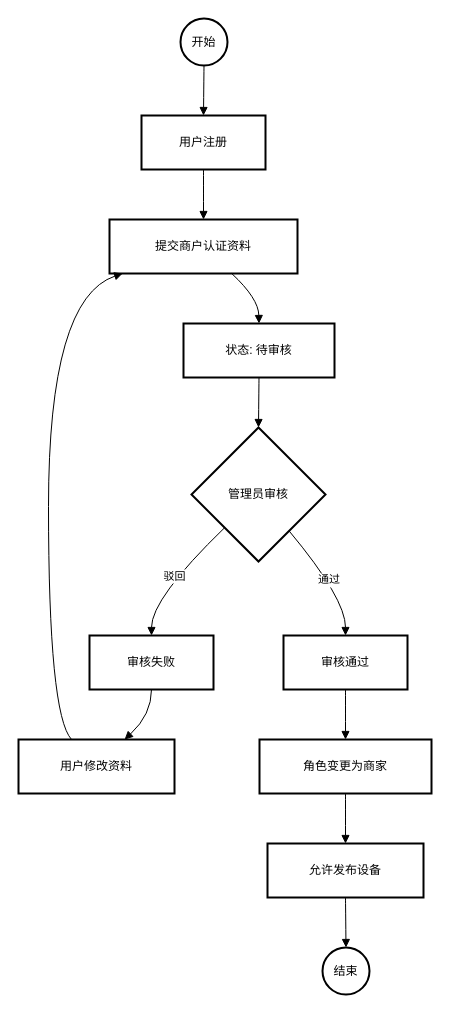
This is page "商家入驻与审核流程" (5 of 21) of image/绘图.drawio from fore4years/KorisPlatForm, a draw.io file, before an edit. Source tidied: cells renumbered, new cells numbered last; positions are measured from the earlier drawing's top-left corner, leaving out a move shared by most shapes. Both pictures are drawn from the tidied source at 100%, with x=0, y=0 at pixel (18, 18).
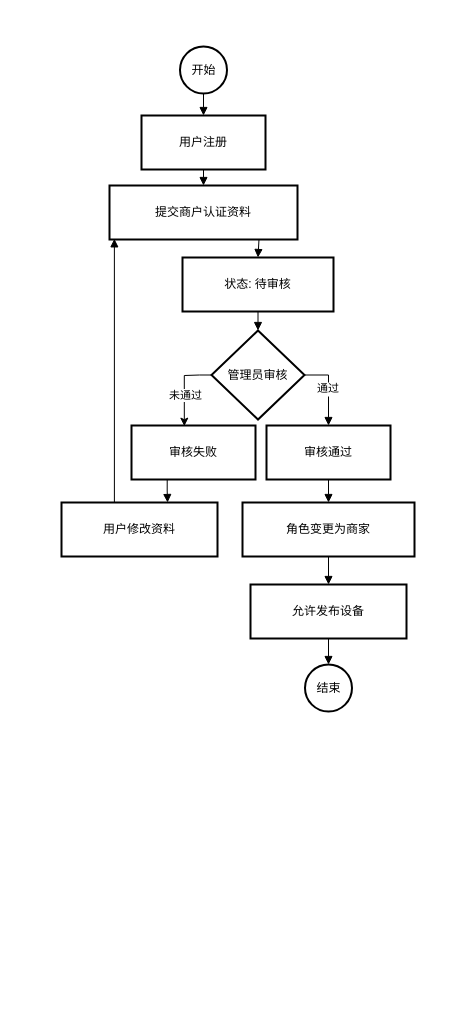
After the change.

Unchanged cells that the change refers to:
```xml
<mxCell id="3" value="用户注册" style="whiteSpace=wrap;strokeWidth=2;" parent="1" vertex="1">
  <mxGeometry x="123" y="97" width="124" height="54" as="geometry" />
</mxCell>
```

What changed in the source:
```diff
@@
     <mxCell id="2" value="开始" style="ellipse;strokeWidth=2;whiteSpace=wrap;" parent="1" vertex="1">
-      <mxGeometry x="162" width="47" height="47" as="geometry" />
+      <mxGeometry x="161.5" y="28" width="47" height="47" as="geometry" />
     </mxCell>
@@
     <mxCell id="4" value="提交商户认证资料" style="whiteSpace=wrap;strokeWidth=2;" parent="1" vertex="1">
-      <mxGeometry x="91" y="201" width="188" height="54" as="geometry" />
+      <mxGeometry x="91" y="167" width="188" height="54" as="geometry" />
     </mxCell>
     <mxCell id="5" value="状态: 待审核" style="whiteSpace=wrap;strokeWidth=2;" parent="1" vertex="1">
-      <mxGeometry x="165" y="305" width="151" height="54" as="geometry" />
+      <mxGeometry x="164" y="239" width="151" height="54" as="geometry" />
     </mxCell>
     <mxCell id="6" value="管理员审核" style="rhombus;strokeWidth=2;whiteSpace=wrap;" parent="1" vertex="1">
-      <mxGeometry x="173" y="409" width="134" height="134" as="geometry" />
+      <mxGeometry x="193" y="312" width="93" height="89" as="geometry" />
     </mxCell>
     <mxCell id="7" value="审核失败" style="whiteSpace=wrap;strokeWidth=2;" parent="1" vertex="1">
-      <mxGeometry x="71" y="617" width="124" height="54" as="geometry" />
+      <mxGeometry x="113" y="407" width="124" height="54" as="geometry" />
     </mxCell>
     <mxCell id="8" value="用户修改资料" style="whiteSpace=wrap;strokeWidth=2;" parent="1" vertex="1">
-      <mxGeometry y="721" width="156" height="54" as="geometry" />
+      <mxGeometry x="43" y="484" width="156" height="54" as="geometry" />
     </mxCell>
     <mxCell id="9" value="审核通过" style="whiteSpace=wrap;strokeWidth=2;" parent="1" vertex="1">
-      <mxGeometry x="265" y="617" width="124" height="54" as="geometry" />
+      <mxGeometry x="248" y="407" width="124" height="54" as="geometry" />
     </mxCell>
     <mxCell id="10" value="角色变更为商家" style="whiteSpace=wrap;strokeWidth=2;" parent="1" vertex="1">
-      <mxGeometry x="241" y="721" width="172" height="54" as="geometry" />
+      <mxGeometry x="224" y="484" width="172" height="54" as="geometry" />
     </mxCell>
     <mxCell id="11" value="允许发布设备" style="whiteSpace=wrap;strokeWidth=2;" parent="1" vertex="1">
-      <mxGeometry x="249" y="825" width="156" height="54" as="geometry" />
+      <mxGeometry x="232" y="566" width="156" height="54" as="geometry" />
     </mxCell>
     <mxCell id="12" value="结束" style="ellipse;strokeWidth=2;whiteSpace=wrap;" parent="1" vertex="1">
-      <mxGeometry x="304" y="929" width="47" height="47" as="geometry" />
+      <mxGeometry x="286.5" y="646" width="47" height="47" as="geometry" />
     </mxCell>
-    <mxCell id="13" style="curved=1;startArrow=none;endArrow=block;exitX=0.49;exitY=1;entryX=0.5;entryY=0;rounded=0;" parent="1" edge="1" source="2" target="3">
+    <mxCell id="13" style="startArrow=none;endArrow=block;exitX=0.49;exitY=1;entryX=0.5;entryY=0;rounded=0;edgeStyle=orthogonalEdgeStyle;" parent="1" edge="1" source="2" target="3">
       <mxGeometry relative="1" as="geometry" />
     </mxCell>
-    <mxCell id="14" style="curved=1;startArrow=none;endArrow=block;exitX=0.5;exitY=1;entryX=0.5;entryY=0;rounded=0;" parent="1" edge="1" source="3" target="4">
+    <mxCell id="14" style="startArrow=none;endArrow=block;exitX=0.5;exitY=1;entryX=0.5;entryY=0;rounded=0;edgeStyle=orthogonalEdgeStyle;" parent="1" edge="1" source="3" target="4">
       <mxGeometry relative="1" as="geometry" />
     </mxCell>
-    <mxCell id="15" style="curved=1;startArrow=none;endArrow=block;exitX=0.65;exitY=1;entryX=0.5;entryY=0;rounded=0;" parent="1" edge="1" source="4" target="5">
-      <mxGeometry relative="1" as="geometry">
-        <Array as="points">
-          <mxPoint x="240" y="280" />
-        </Array>
-      </mxGeometry>
+    <mxCell id="15" style="startArrow=none;endArrow=block;exitX=0.795;exitY=1.009;entryX=0.5;entryY=0;rounded=0;edgeStyle=orthogonalEdgeStyle;exitDx=0;exitDy=0;exitPerimeter=0;" parent="1" edge="1" source="4" target="5">
+      <mxGeometry relative="1" as="geometry" />
     </mxCell>
-    <mxCell id="16" style="curved=1;startArrow=none;endArrow=block;exitX=0.5;exitY=1;entryX=0.5;entryY=0;rounded=0;" parent="1" edge="1" source="5" target="6">
+    <mxCell id="16" style="startArrow=none;endArrow=block;exitX=0.5;exitY=1;entryX=0.5;entryY=0;rounded=0;edgeStyle=orthogonalEdgeStyle;" parent="1" edge="1" source="5" target="6">
       <mxGeometry relative="1" as="geometry" />
     </mxCell>
-    <mxCell id="17" value="驳回" style="curved=1;startArrow=none;endArrow=block;exitX=0;exitY=0.99;entryX=0.5;entryY=0;rounded=0;" parent="1" edge="1" source="6" target="7">
-      <mxGeometry relative="1" as="geometry">
-        <Array as="points">
-          <mxPoint x="133" y="580" />
-        </Array>
-      </mxGeometry>
-    </mxCell>
-    <mxCell id="18" style="curved=1;startArrow=none;endArrow=block;exitX=0.5;exitY=1;entryX=0.68;entryY=0;rounded=0;" parent="1" edge="1" source="7" target="8">
-      <mxGeometry relative="1" as="geometry">
-        <Array as="points">
-          <mxPoint x="133" y="696" />
-        </Array>
-      </mxGeometry>
+    <mxCell id="18" style="startArrow=none;endArrow=block;exitX=0.288;exitY=0.997;entryX=0.68;entryY=0;rounded=0;edgeStyle=orthogonalEdgeStyle;exitDx=0;exitDy=0;exitPerimeter=0;" parent="1" edge="1" source="7" target="8">
+      <mxGeometry relative="1" as="geometry" />
     </mxCell>
-    <mxCell id="19" style="curved=1;startArrow=none;endArrow=block;exitX=0.34;exitY=0;entryX=0.07;entryY=1;rounded=0;" parent="1" edge="1" source="8" target="4">
+    <mxCell id="19" style="startArrow=none;endArrow=block;exitX=0.34;exitY=0;entryX=0.026;entryY=0.988;rounded=0;edgeStyle=orthogonalEdgeStyle;entryDx=0;entryDy=0;entryPerimeter=0;" parent="1" edge="1" source="8" target="4">
       <mxGeometry relative="1" as="geometry">
         <Array as="points">
-          <mxPoint x="30" y="696" />
-          <mxPoint x="30" y="280" />
+          <mxPoint x="96" y="220" />
+          <mxPoint x="96" y="220" />
         </Array>
       </mxGeometry>
     </mxCell>
-    <mxCell id="20" value="通过" style="curved=1;startArrow=none;endArrow=block;exitX=0.92;exitY=1;entryX=0.5;entryY=0;rounded=0;" parent="1" edge="1" source="6" target="9">
-      <mxGeometry relative="1" as="geometry">
-        <Array as="points">
-          <mxPoint x="327" y="580" />
-        </Array>
-      </mxGeometry>
+    <mxCell id="20" value="通过" style="startArrow=none;endArrow=block;exitX=1;exitY=0.5;entryX=0.5;entryY=0;rounded=0;edgeStyle=orthogonalEdgeStyle;exitDx=0;exitDy=0;" parent="1" edge="1" source="6" target="9">
+      <mxGeometry relative="1" as="geometry" />
     </mxCell>
-    <mxCell id="21" style="curved=1;startArrow=none;endArrow=block;exitX=0.5;exitY=1;entryX=0.5;entryY=0;rounded=0;" parent="1" edge="1" source="9" target="10">
+    <mxCell id="21" style="startArrow=none;endArrow=block;exitX=0.5;exitY=1;entryX=0.5;entryY=0;rounded=0;edgeStyle=orthogonalEdgeStyle;" parent="1" edge="1" source="9" target="10">
       <mxGeometry relative="1" as="geometry" />
     </mxCell>
-    <mxCell id="22" style="curved=1;startArrow=none;endArrow=block;exitX=0.5;exitY=1;entryX=0.5;entryY=0;rounded=0;" parent="1" edge="1" source="10" target="11">
+    <mxCell id="22" style="startArrow=none;endArrow=block;exitX=0.5;exitY=1;entryX=0.5;entryY=0;rounded=0;edgeStyle=orthogonalEdgeStyle;" parent="1" edge="1" source="10" target="11">
       <mxGeometry relative="1" as="geometry" />
     </mxCell>
-    <mxCell id="23" style="curved=1;startArrow=none;endArrow=block;exitX=0.5;exitY=1;entryX=0.49;entryY=0;rounded=0;" parent="1" edge="1" source="11" target="12">
+    <mxCell id="23" style="startArrow=none;endArrow=block;exitX=0.5;exitY=1;entryX=0.49;entryY=0;rounded=0;edgeStyle=orthogonalEdgeStyle;" parent="1" edge="1" source="11" target="12">
       <mxGeometry relative="1" as="geometry" />
     </mxCell>
+    <mxCell id="17" style="edgeStyle=orthogonalEdgeStyle;rounded=0;jettySize=auto;html=1;exitX=0;exitY=0.5;exitDx=0;exitDy=0;entryX=0.426;entryY=0.012;entryDx=0;entryDy=0;entryPerimeter=0;" parent="1" edge="1" source="6" target="7">
+      <mxGeometry relative="1" as="geometry">
+        <Array as="points">
+          <mxPoint x="181" y="357" />
+          <mxPoint x="166" y="357" />
+        </Array>
+      </mxGeometry>
+    </mxCell>
+    <mxCell id="24" value="未通过" style="edgeLabel;html=1;align=center;verticalAlign=middle;" parent="17" vertex="1">
+      <mxGeometry x="0.21" y="1" relative="1" as="geometry" />
+    </mxCell>
```
